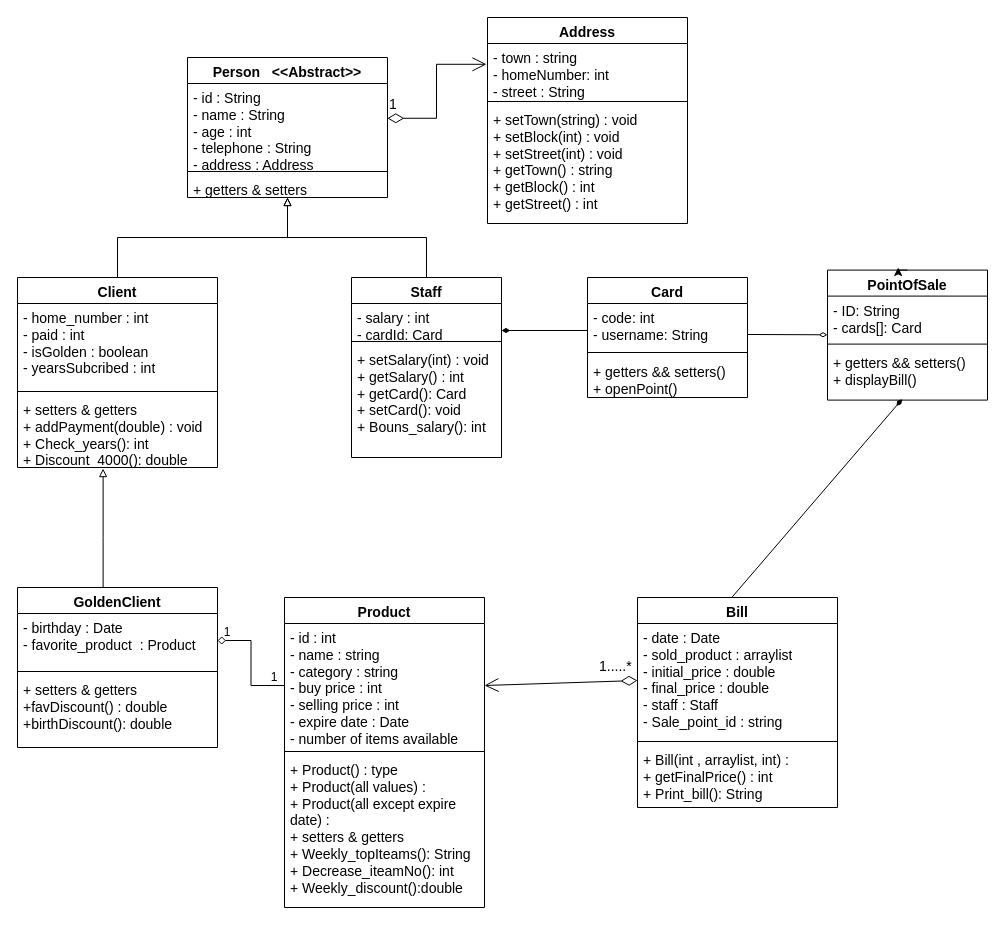
DiaaAhmedHassan/SuperMarketSystem keeps this draw.io diagram as UML/supermarket-uml.drawio. Above is the earlier version. Source tidied: cells renumbered, new cells numbered last; positions are measured from the earlier drawing's top-left corner, leaving out a move shared by most shapes. Both pictures are drawn from the tidied source at 100%, with x=0, y=0 at pixel (17, 17).
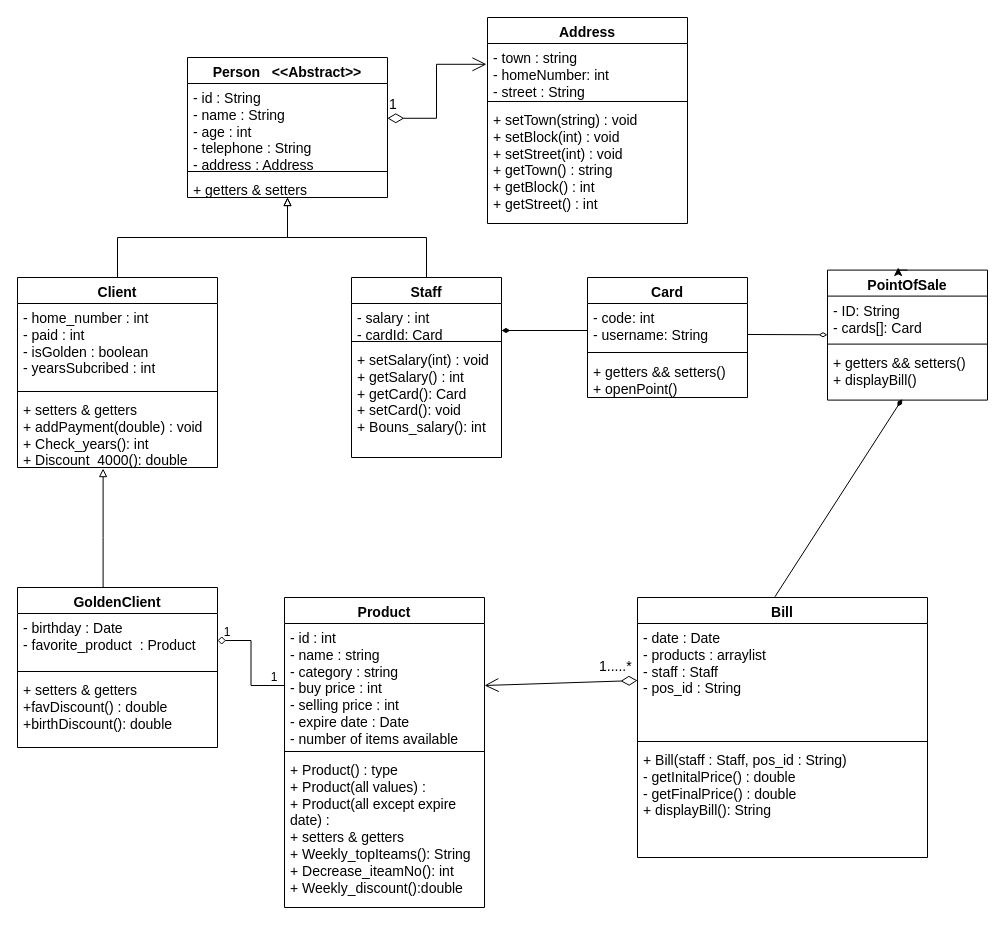
After the change.

Change to the diagram source:
```diff
@@
     <mxCell id="19" value="Bill" style="swimlane;fontStyle=1;align=center;verticalAlign=top;horizontal=1;startSize=26;whiteSpace=wrap;html=1;labelBackgroundColor=none;fontSize=14;" parent="1" vertex="1">
-      <mxGeometry x="620" y="580" width="200" height="210" as="geometry" />
+      <mxGeometry x="620" y="580" width="290" height="260" as="geometry" />
     </mxCell>
-    <mxCell id="20" value="- date : Date&lt;br style=&quot;font-size: 14px;&quot;&gt;- sold_product : arraylist&lt;br style=&quot;font-size: 14px;&quot;&gt;- initial_price : double&lt;br style=&quot;font-size: 14px;&quot;&gt;- final_price : double&lt;br style=&quot;font-size: 14px;&quot;&gt;- staff : Staff&lt;br style=&quot;font-size: 14px;&quot;&gt;- Sale_point_id : string" style="text;strokeColor=none;fillColor=none;align=left;verticalAlign=top;spacingLeft=4;spacingRight=4;overflow=hidden;points=[[0,0.5],[1,0.5]];portConstraint=eastwest;whiteSpace=wrap;html=1;labelBackgroundColor=none;horizontal=1;fontSize=14;" parent="19" vertex="1">
-      <mxGeometry y="26" width="200" height="114" as="geometry" />
+    <mxCell id="20" value="- date : Date&lt;br style=&quot;font-size: 14px;&quot;&gt;- products : arraylist&lt;br style=&quot;font-size: 14px;&quot;&gt;- staff : Staff&lt;br style=&quot;font-size: 14px;&quot;&gt;- pos_id : String" style="text;strokeColor=none;fillColor=none;align=left;verticalAlign=top;spacingLeft=4;spacingRight=4;overflow=hidden;points=[[0,0.5],[1,0.5]];portConstraint=eastwest;whiteSpace=wrap;html=1;labelBackgroundColor=none;horizontal=1;fontSize=14;" parent="19" vertex="1">
+      <mxGeometry y="26" width="290" height="114" as="geometry" />
     </mxCell>
     <mxCell id="21" style="line;strokeWidth=1;fillColor=none;align=left;verticalAlign=middle;spacingTop=-1;spacingLeft=3;spacingRight=3;labelPosition=right;strokeColor=inherit;labelBackgroundColor=none;horizontal=1;fontSize=14;" parent="19" vertex="1">
-      <mxGeometry y="140" width="200" height="8" as="geometry" />
+      <mxGeometry y="140" width="290" height="8" as="geometry" />
     </mxCell>
-    <mxCell id="22" value="+ Bill(int , arraylist, int) :&amp;nbsp;&lt;br style=&quot;font-size: 14px;&quot;&gt;+ getFinalPrice() : int&lt;br style=&quot;font-size: 14px;&quot;&gt;+ Print_bill(): String" style="text;strokeColor=none;fillColor=none;align=left;verticalAlign=top;spacingLeft=4;spacingRight=4;overflow=hidden;whiteSpace=wrap;html=1;labelBackgroundColor=none;horizontal=1;fontSize=14;" parent="19" vertex="1">
-      <mxGeometry y="148" width="200" height="62" as="geometry" />
+    <mxCell id="22" value="+ Bill(staff : Staff, pos_id : String)&amp;nbsp;&lt;br style=&quot;font-size: 14px;&quot;&gt;- getInitalPrice() : double&lt;br&gt;- getFinalPrice() : double&lt;br&gt;+ displayBill(): String" style="text;strokeColor=none;fillColor=none;align=left;verticalAlign=top;spacingLeft=4;spacingRight=4;overflow=hidden;whiteSpace=wrap;html=1;labelBackgroundColor=none;horizontal=1;fontSize=14;" parent="19" vertex="1">
+      <mxGeometry y="148" width="290" height="112" as="geometry" />
     </mxCell>
```
